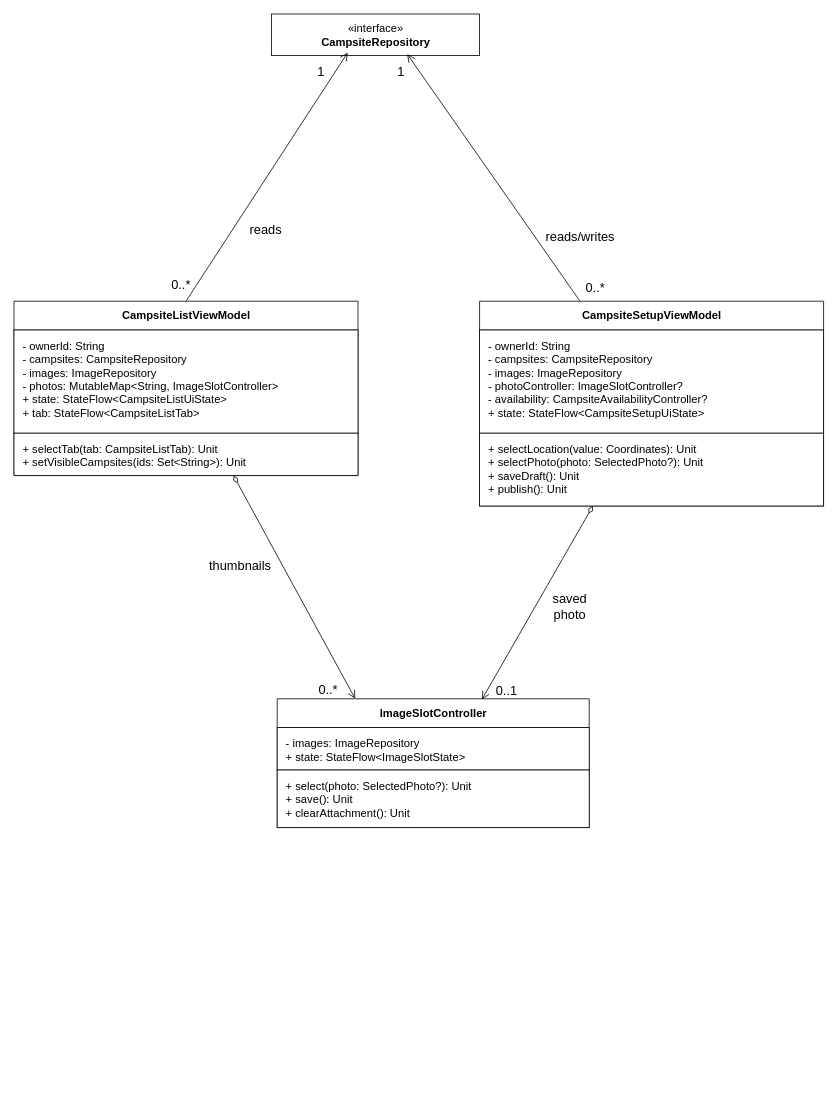
Above: page "U2B" (2 of 2) of doc/UML.drawio in CMPUT301F26stderr/stderr-campsbridge (draw.io), before the change. Source tidied: cells renumbered, new cells numbered last; positions are measured from the earlier drawing's top-left corner, leaving out a move shared by most shapes. Both pictures are drawn from the tidied source at 80%, with x=0, y=0 at pixel (14, 14).
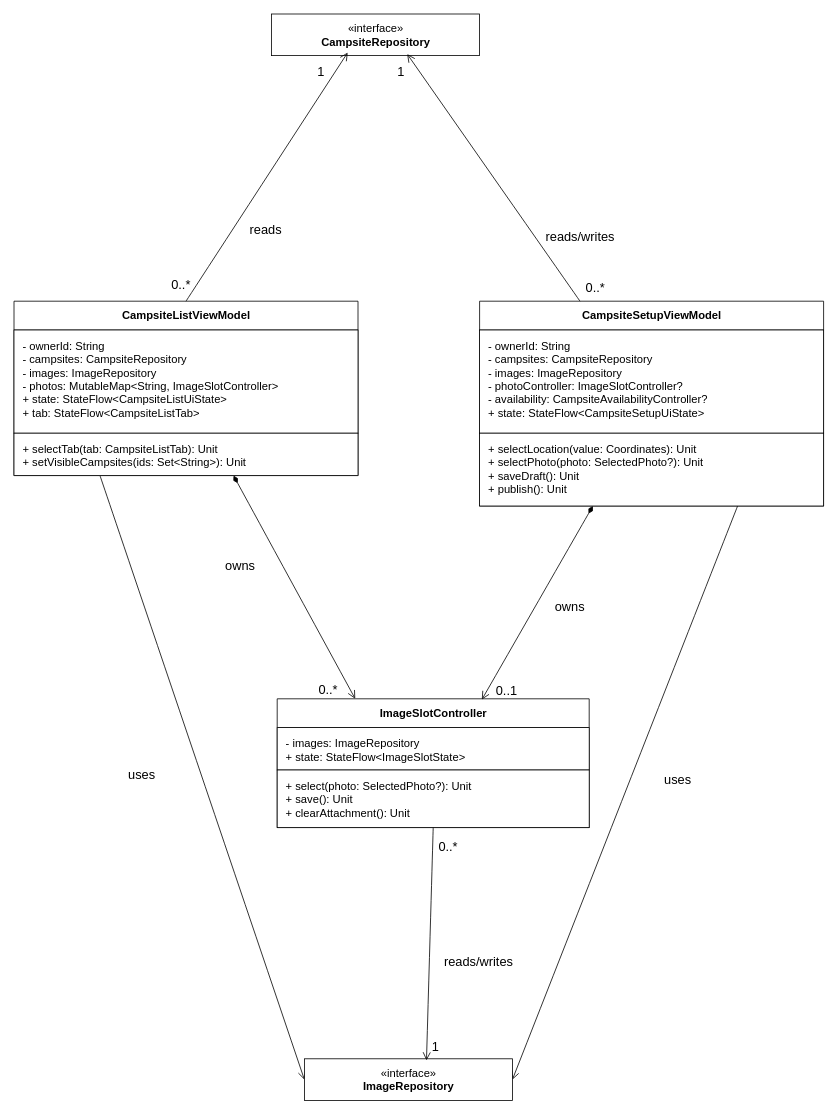
After the change.

Unchanged cells that the change refers to:
```xml
<mxCell id="3" value="&lt;b&gt;CampsiteListViewModel&lt;/b&gt;" style="html=1;rounded=0;fontFamily=Arial;fontSize=14;fontColor=#000000;strokeWidth=1;fillColor=#ffffff;strokeColor=#000000;shape=swimlane;startSize=36;swimlaneFillColor=#ffffff;" parent="1" vertex="1">
  <mxGeometry y="359" width="430" height="218" as="geometry" />
</mxCell>
<mxCell id="6" value="&lt;b&gt;CampsiteSetupViewModel&lt;/b&gt;" style="html=1;rounded=0;fontFamily=Arial;fontSize=14;fontColor=#000000;strokeWidth=1;fillColor=#ffffff;strokeColor=#000000;shape=swimlane;startSize=36;swimlaneFillColor=#ffffff;" parent="1" vertex="1">
  <mxGeometry x="582" y="359" width="430" height="256" as="geometry" />
</mxCell>
<mxCell id="18" value="&lt;b&gt;ImageSlotController&lt;/b&gt;" style="html=1;rounded=0;fontFamily=Arial;fontSize=14;fontColor=#000000;strokeWidth=1;fillColor=#ffffff;strokeColor=#000000;shape=swimlane;startSize=36;swimlaneFillColor=#ffffff;" parent="1" vertex="1">
  <mxGeometry x="329" y="856" width="390" height="161" as="geometry" />
</mxCell>
```

Diff of the diagram source:
```diff
@@
-    <mxCell id="2" style="edgeStyle=none;curved=1;rounded=0;curveGeometry=1;jettySize=auto;html=1;entryX=0.25;entryY=0;entryDx=0;entryDy=0;fontSize=12;defaultLabelBackgroundColor=page;startSize=8;endSize=8;startArrow=diamondThin;startFill=0;endArrow=open;endFill=0;" parent="1" edge="1" source="3" target="18">
+    <mxCell id="2" style="edgeStyle=none;curved=1;rounded=0;curveGeometry=1;jettySize=auto;html=1;entryX=0.25;entryY=0;entryDx=0;entryDy=0;fontSize=12;defaultLabelBackgroundColor=page;startSize=8;endSize=8;startArrow=diamondThin;startFill=1;endArrow=open;endFill=0;" parent="1" edge="1" source="3" target="18">
       <mxGeometry relative="1" as="geometry" />
     </mxCell>
+    <mxCell id="26" style="edgeStyle=none;curved=1;rounded=0;curveGeometry=1;jettySize=auto;html=1;exitX=0.25;exitY=1;exitDx=0;exitDy=0;entryX=0;entryY=0.5;entryDx=0;entryDy=0;fontSize=12;defaultLabelBackgroundColor=page;startSize=8;endSize=8;endArrow=open;endFill=0;" parent="1" edge="1" source="3" target="28">
+      <mxGeometry relative="1" as="geometry" />
+    </mxCell>
@@
+    <mxCell id="27" style="edgeStyle=none;curved=1;rounded=0;curveGeometry=1;jettySize=auto;html=1;exitX=0.75;exitY=1;exitDx=0;exitDy=0;entryX=1;entryY=0.5;entryDx=0;entryDy=0;fontSize=12;defaultLabelBackgroundColor=page;startSize=8;endSize=8;endArrow=open;endFill=0;" parent="1" edge="1" source="6" target="28">
+      <mxGeometry relative="1" as="geometry" />
+    </mxCell>
@@
-    <mxCell id="21" style="edgeStyle=none;curved=1;rounded=0;curveGeometry=1;jettySize=auto;html=1;entryX=0.656;entryY=0.006;entryDx=0;entryDy=0;entryPerimeter=0;fontSize=12;defaultLabelBackgroundColor=page;startSize=8;endSize=8;startArrow=diamondThin;startFill=0;endArrow=open;endFill=0;" parent="1" edge="1" source="6" target="18">
+    <mxCell id="21" style="edgeStyle=none;curved=1;rounded=0;curveGeometry=1;jettySize=auto;html=1;entryX=0.656;entryY=0.006;entryDx=0;entryDy=0;entryPerimeter=0;fontSize=12;defaultLabelBackgroundColor=page;startSize=8;endSize=8;startArrow=diamondThin;startFill=1;endArrow=open;endFill=0;" parent="1" edge="1" source="6" target="18">
       <mxGeometry relative="1" as="geometry" />
     </mxCell>
@@
-    <mxCell id="23" value="thumbnails" style="text;html=1;whiteSpace=wrap;strokeColor=none;fillColor=none;align=center;verticalAlign=middle;rounded=0;fontSize=16;" parent="1" vertex="1">
+    <mxCell id="23" value="owns" style="text;html=1;whiteSpace=wrap;strokeColor=none;fillColor=none;align=center;verticalAlign=middle;rounded=0;fontSize=16;" parent="1" vertex="1">
       <mxGeometry x="253" y="674" width="60" height="30" as="geometry" />
     </mxCell>
@@
-    <mxCell id="25" value="saved photo" style="text;html=1;whiteSpace=wrap;strokeColor=none;fillColor=none;align=center;verticalAlign=middle;rounded=0;fontSize=16;" parent="1" vertex="1">
+    <mxCell id="25" value="owns" style="text;html=1;whiteSpace=wrap;strokeColor=none;fillColor=none;align=center;verticalAlign=middle;rounded=0;fontSize=16;" parent="1" vertex="1">
       <mxGeometry x="665" y="726" width="60" height="30" as="geometry" />
     </mxCell>
+    <mxCell id="28" value="&lt;div&gt;«interface»&lt;/div&gt;&lt;b&gt;ImageRepository&lt;/b&gt;" style="html=1;rounded=0;fontFamily=Arial;fontSize=14;fontColor=#000000;strokeWidth=1;fillColor=#ffffff;strokeColor=#000000;" parent="1" vertex="1">
+      <mxGeometry x="363" y="1306" width="260" height="52" as="geometry" />
+    </mxCell>
+    <mxCell id="29" style="edgeStyle=none;curved=1;rounded=0;curveGeometry=1;jettySize=auto;html=1;exitX=0.5;exitY=1;exitDx=0;exitDy=0;entryX=0.587;entryY=0.038;entryDx=0;entryDy=0;entryPerimeter=0;fontSize=12;defaultLabelBackgroundColor=page;startSize=8;endSize=8;endArrow=open;endFill=0;" parent="1" edge="1" source="18" target="28">
+      <mxGeometry relative="1" as="geometry" />
+    </mxCell>
+    <mxCell id="30" value="reads/writes" style="text;html=1;whiteSpace=wrap;strokeColor=none;fillColor=none;align=center;verticalAlign=middle;rounded=0;fontSize=16;" parent="1" vertex="1">
+      <mxGeometry x="551" y="1169" width="60" height="30" as="geometry" />
+    </mxCell>
+    <mxCell id="31" value="1" style="text;html=1;whiteSpace=wrap;strokeColor=none;fillColor=none;align=center;verticalAlign=middle;rounded=0;fontSize=16;" parent="1" vertex="1">
+      <mxGeometry x="497" y="1276" width="60" height="30" as="geometry" />
+    </mxCell>
+    <mxCell id="32" value="0..*" style="text;html=1;whiteSpace=wrap;strokeColor=none;fillColor=none;align=center;verticalAlign=middle;rounded=0;fontSize=16;" parent="1" vertex="1">
+      <mxGeometry x="513" y="1026" width="60" height="30" as="geometry" />
+    </mxCell>
+    <mxCell id="33" value="uses" style="text;html=1;whiteSpace=wrap;strokeColor=none;fillColor=none;align=center;verticalAlign=middle;rounded=0;fontSize=16;" parent="1" vertex="1">
+      <mxGeometry x="800" y="942" width="60" height="30" as="geometry" />
+    </mxCell>
+    <mxCell id="34" value="uses" style="text;html=1;whiteSpace=wrap;strokeColor=none;fillColor=none;align=center;verticalAlign=middle;rounded=0;fontSize=16;" parent="1" vertex="1">
+      <mxGeometry x="130" y="936" width="60" height="30" as="geometry" />
+    </mxCell>
```
